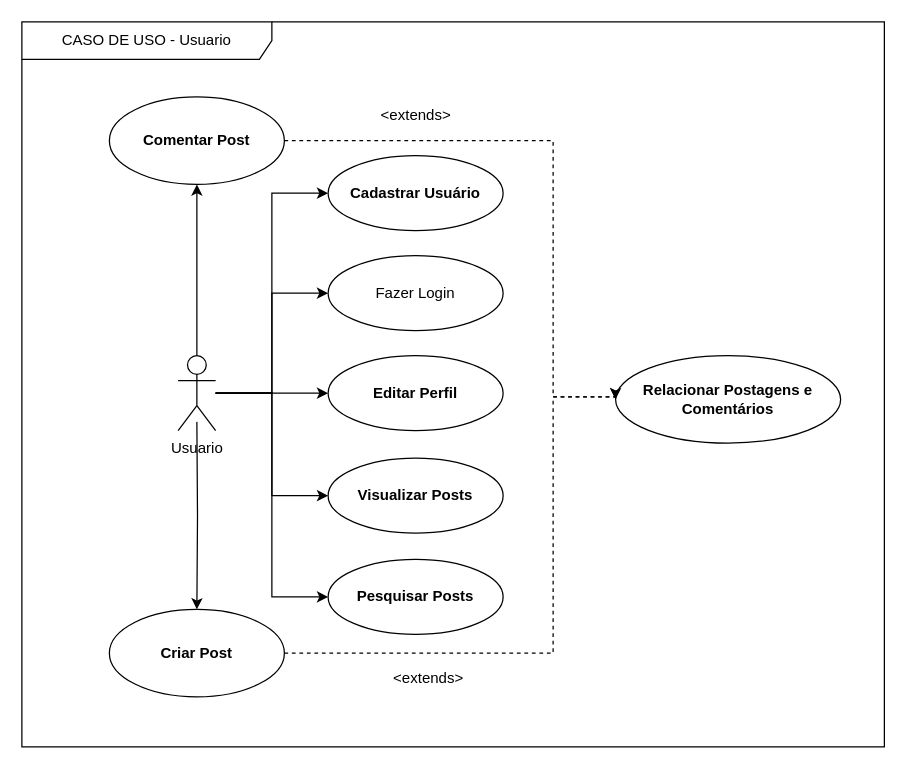
This is documentação/Diagramas/01 - Diagrama de Casos de Uso - Usuario.drawio from AntonioMenelau/FatecConnect-TG, a draw.io file, before an edit. Source tidied: cells renumbered, new cells numbered last; positions are measured from the earlier drawing's top-left corner, leaving out a move shared by most shapes. Both pictures are drawn from the tidied source at 125%, with x=0, y=0 at pixel (21, 21).
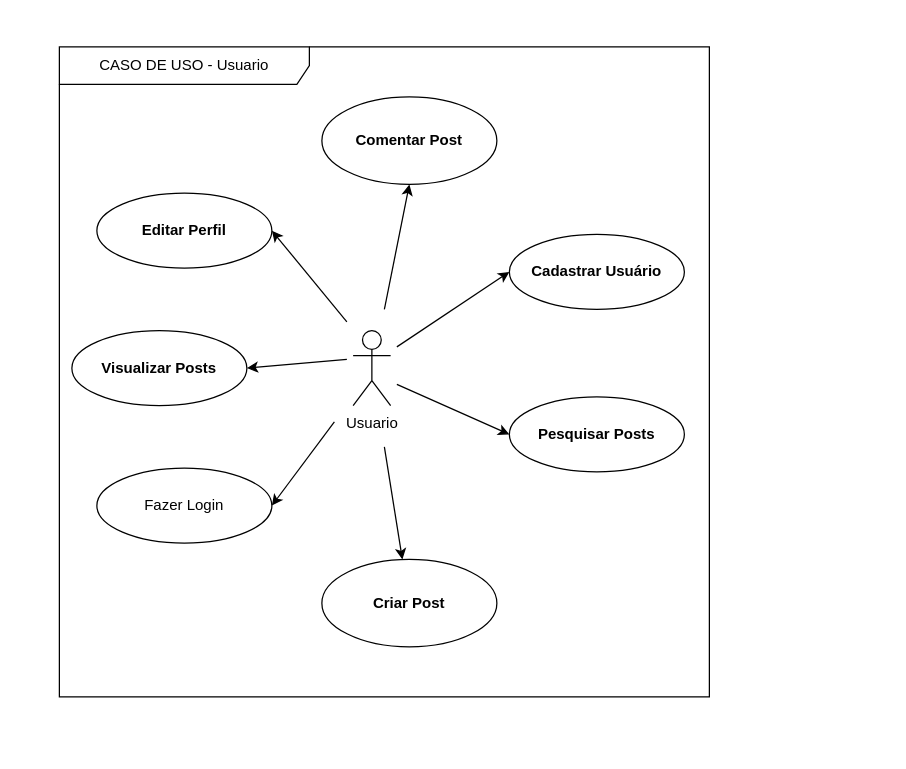
The same diagram, later.

Commit message (it also covers changes not shown here):
atualização dos casos de uso - adição Visualizar Métricas de Conta

What changed in the source:
```diff
@@
     <mxCell id="2" value="CASO DE USO - Usuario" style="shape=umlFrame;whiteSpace=wrap;html=1;width=200;height=30;" parent="1" vertex="1">
-      <mxGeometry width="690" height="580" as="geometry" />
+      <mxGeometry x="30" y="20" width="520" height="520" as="geometry" />
     </mxCell>
-    <mxCell id="3" style="edgeStyle=orthogonalEdgeStyle;rounded=0;jettySize=auto;html=1;entryX=0;entryY=0.5;entryDx=0;entryDy=0;" parent="1" edge="1" source="10" target="11">
-      <mxGeometry relative="1" as="geometry" />
+    <mxCell id="3" style="rounded=0;jettySize=auto;html=1;entryX=0;entryY=0.5;entryDx=0;entryDy=0;" parent="1" edge="1" target="11">
+      <mxGeometry relative="1" as="geometry">
+        <mxPoint x="300" y="260" as="sourcePoint" />
+      </mxGeometry>
     </mxCell>
-    <mxCell id="4" style="edgeStyle=orthogonalEdgeStyle;rounded=0;jettySize=auto;html=1;entryX=0;entryY=0.5;entryDx=0;entryDy=0;" parent="1" edge="1" source="10" target="12">
-      <mxGeometry relative="1" as="geometry" />
+    <mxCell id="4" style="rounded=0;jettySize=auto;html=1;entryX=1;entryY=0.5;entryDx=0;entryDy=0;" parent="1" edge="1" target="12">
+      <mxGeometry relative="1" as="geometry">
+        <mxPoint x="250" y="320" as="sourcePoint" />
+      </mxGeometry>
     </mxCell>
-    <mxCell id="5" style="edgeStyle=orthogonalEdgeStyle;rounded=0;jettySize=auto;html=1;entryX=0;entryY=0.5;entryDx=0;entryDy=0;" parent="1" edge="1" source="10" target="13">
-      <mxGeometry relative="1" as="geometry" />
+    <mxCell id="5" style="rounded=0;jettySize=auto;html=1;entryX=1;entryY=0.5;entryDx=0;entryDy=0;" parent="1" edge="1" target="13">
+      <mxGeometry relative="1" as="geometry">
+        <mxPoint x="260" y="240" as="sourcePoint" />
+      </mxGeometry>
     </mxCell>
-    <mxCell id="6" style="edgeStyle=orthogonalEdgeStyle;rounded=0;jettySize=auto;html=1;" parent="1" edge="1" target="15">
+    <mxCell id="6" style="rounded=0;jettySize=auto;html=1;" parent="1" edge="1" target="15">
       <mxGeometry relative="1" as="geometry">
-        <mxPoint x="140" y="320" as="sourcePoint" />
+        <mxPoint x="290" y="340" as="sourcePoint" />
       </mxGeometry>
     </mxCell>
-    <mxCell id="7" style="edgeStyle=orthogonalEdgeStyle;rounded=0;jettySize=auto;html=1;entryX=0;entryY=0.5;entryDx=0;entryDy=0;" parent="1" edge="1" source="10" target="21">
-      <mxGeometry relative="1" as="geometry" />
+    <mxCell id="7" style="rounded=0;jettySize=auto;html=1;entryX=1;entryY=0.5;entryDx=0;entryDy=0;" parent="1" edge="1" target="21">
+      <mxGeometry relative="1" as="geometry">
+        <mxPoint x="260" y="270" as="sourcePoint" />
+      </mxGeometry>
     </mxCell>
-    <mxCell id="8" style="edgeStyle=orthogonalEdgeStyle;rounded=0;jettySize=auto;html=1;entryX=0;entryY=0.5;entryDx=0;entryDy=0;" parent="1" edge="1" source="10" target="22">
-      <mxGeometry relative="1" as="geometry" />
+    <mxCell id="8" style="rounded=0;jettySize=auto;html=1;entryX=0;entryY=0.5;entryDx=0;entryDy=0;" parent="1" edge="1" target="22">
+      <mxGeometry relative="1" as="geometry">
+        <mxPoint x="300" y="290" as="sourcePoint" />
+      </mxGeometry>
     </mxCell>
-    <mxCell id="9" style="edgeStyle=orthogonalEdgeStyle;rounded=0;jettySize=auto;html=1;entryX=0.5;entryY=1;entryDx=0;entryDy=0;" parent="1" edge="1" source="10" target="18">
-      <mxGeometry relative="1" as="geometry" />
+    <mxCell id="9" style="rounded=0;jettySize=auto;html=1;entryX=0.5;entryY=1;entryDx=0;entryDy=0;" parent="1" edge="1" target="18">
+      <mxGeometry relative="1" as="geometry">
+        <mxPoint x="290" y="230" as="sourcePoint" />
+      </mxGeometry>
     </mxCell>
     <mxCell id="10" value="Usuario" style="shape=umlActor;verticalLabelPosition=bottom;verticalAlign=top;html=1;outlineConnect=0;" parent="1" vertex="1">
-      <mxGeometry x="125" y="267" width="30" height="60" as="geometry" />
+      <mxGeometry x="265" y="247" width="30" height="60" as="geometry" />
     </mxCell>
     <mxCell id="11" value="&lt;strong&gt;Cadastrar Usuário&lt;/strong&gt;" style="ellipse;whiteSpace=wrap;html=1;" parent="1" vertex="1">
-      <mxGeometry x="245" y="107" width="140" height="60" as="geometry" />
+      <mxGeometry x="390" y="170" width="140" height="60" as="geometry" />
     </mxCell>
     <mxCell id="12" value="Fazer Login" style="ellipse;whiteSpace=wrap;html=1;" parent="1" vertex="1">
-      <mxGeometry x="245" y="187" width="140" height="60" as="geometry" />
+      <mxGeometry x="60" y="357" width="140" height="60" as="geometry" />
     </mxCell>
     <mxCell id="13" value="&lt;strong&gt;Editar Perfil&lt;/strong&gt;" style="ellipse;whiteSpace=wrap;html=1;" parent="1" vertex="1">
-      <mxGeometry x="245" y="267" width="140" height="60" as="geometry" />
+      <mxGeometry x="60" y="137" width="140" height="60" as="geometry" />
     </mxCell>
-    <mxCell id="14" style="edgeStyle=orthogonalEdgeStyle;rounded=0;jettySize=auto;html=1;entryX=0;entryY=0.5;entryDx=0;entryDy=0;dashed=1;" parent="1" edge="1" source="15" target="16">
-      <mxGeometry relative="1" as="geometry">
-        <Array as="points">
-          <mxPoint x="425" y="505" />
-          <mxPoint x="425" y="300" />
-          <mxPoint x="475" y="300" />
-        </Array>
-      </mxGeometry>
-    </mxCell>
     <mxCell id="15" value="&lt;strong&gt;Criar Post&lt;/strong&gt;" style="ellipse;whiteSpace=wrap;html=1;" parent="1" vertex="1">
-      <mxGeometry x="70" y="470" width="140" height="70" as="geometry" />
+      <mxGeometry x="240" y="430" width="140" height="70" as="geometry" />
     </mxCell>
-    <mxCell id="16" value="&lt;strong&gt;Relacionar Postagens e Comentários&lt;/strong&gt;" style="ellipse;whiteSpace=wrap;html=1;" parent="1" vertex="1">
-      <mxGeometry x="475" y="267" width="180" height="70" as="geometry" />
-    </mxCell>
-    <mxCell id="17" style="edgeStyle=orthogonalEdgeStyle;rounded=0;jettySize=auto;html=1;entryX=0;entryY=0.5;entryDx=0;entryDy=0;dashed=1;" parent="1" edge="1" source="18" target="16">
-      <mxGeometry relative="1" as="geometry">
-        <Array as="points">
-          <mxPoint x="425" y="95" />
-          <mxPoint x="425" y="300" />
-          <mxPoint x="475" y="300" />
-        </Array>
-      </mxGeometry>
-    </mxCell>
     <mxCell id="18" value="&lt;strong&gt;Comentar Post&lt;/strong&gt;" style="ellipse;whiteSpace=wrap;html=1;" parent="1" vertex="1">
-      <mxGeometry x="70" y="60" width="140" height="70" as="geometry" />
+      <mxGeometry x="240" y="60" width="140" height="70" as="geometry" />
     </mxCell>
-    <mxCell id="19" value="&amp;lt;extends&amp;gt;" style="text;html=1;align=center;verticalAlign=middle;strokeColor=none;fillColor=none;" parent="1" vertex="1">
-      <mxGeometry x="275" y="60" width="80" height="30" as="geometry" />
-    </mxCell>
-    <mxCell id="20" value="&amp;lt;extends&amp;gt;" style="text;html=1;align=center;verticalAlign=middle;strokeColor=none;fillColor=none;" parent="1" vertex="1">
-      <mxGeometry x="285" y="510" width="80" height="30" as="geometry" />
-    </mxCell>
     <mxCell id="21" value="&lt;b&gt;Visualizar Posts&lt;/b&gt;" style="ellipse;whiteSpace=wrap;html=1;" parent="1" vertex="1">
-      <mxGeometry x="245" y="349" width="140" height="60" as="geometry" />
+      <mxGeometry x="40" y="247" width="140" height="60" as="geometry" />
     </mxCell>
     <mxCell id="22" value="&lt;b&gt;Pesquisar Posts&lt;/b&gt;" style="ellipse;whiteSpace=wrap;html=1;" parent="1" vertex="1">
-      <mxGeometry x="245" y="430" width="140" height="60" as="geometry" />
+      <mxGeometry x="390" y="300" width="140" height="60" as="geometry" />
     </mxCell>
```
